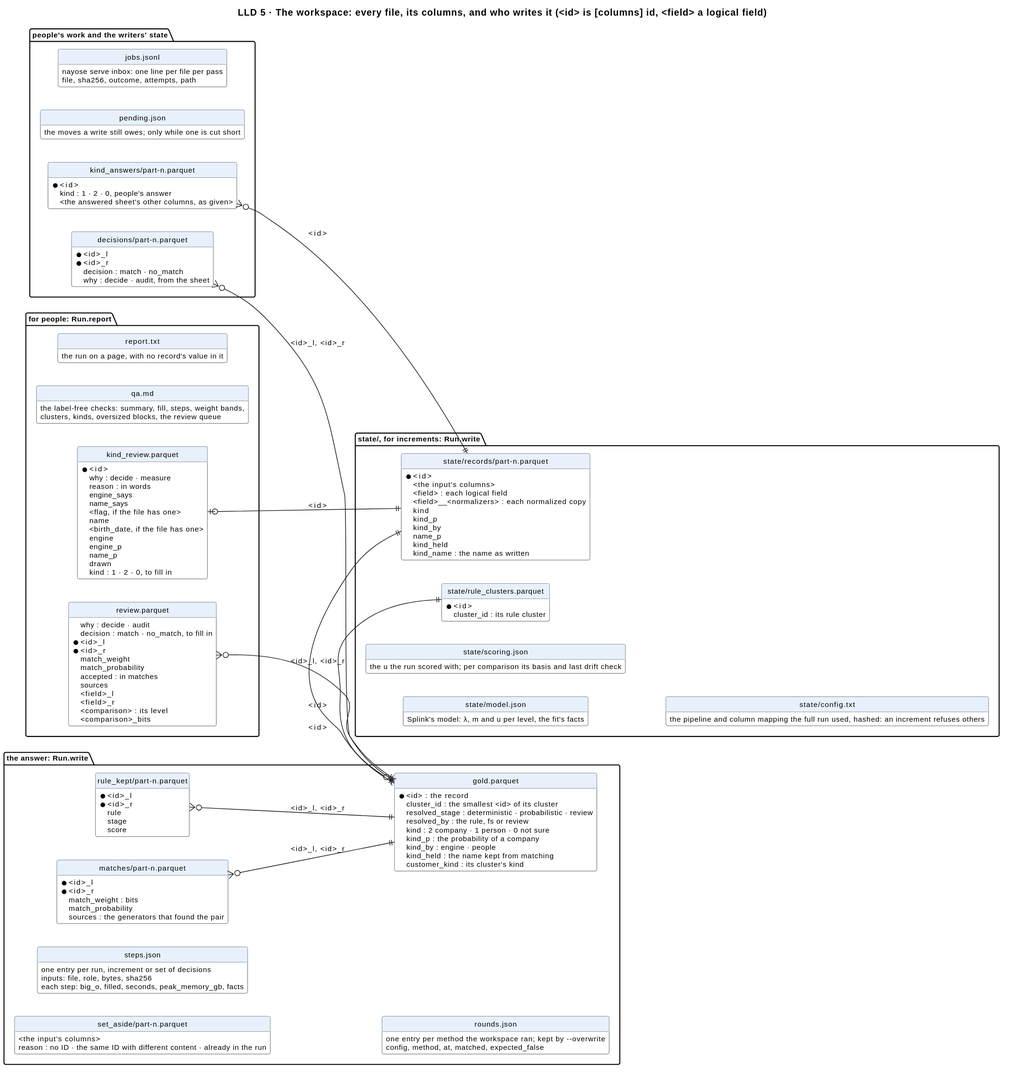
The PlantUML diagram docs/diagrams/data.svg in mvsbm/entity_matching, before a commit.
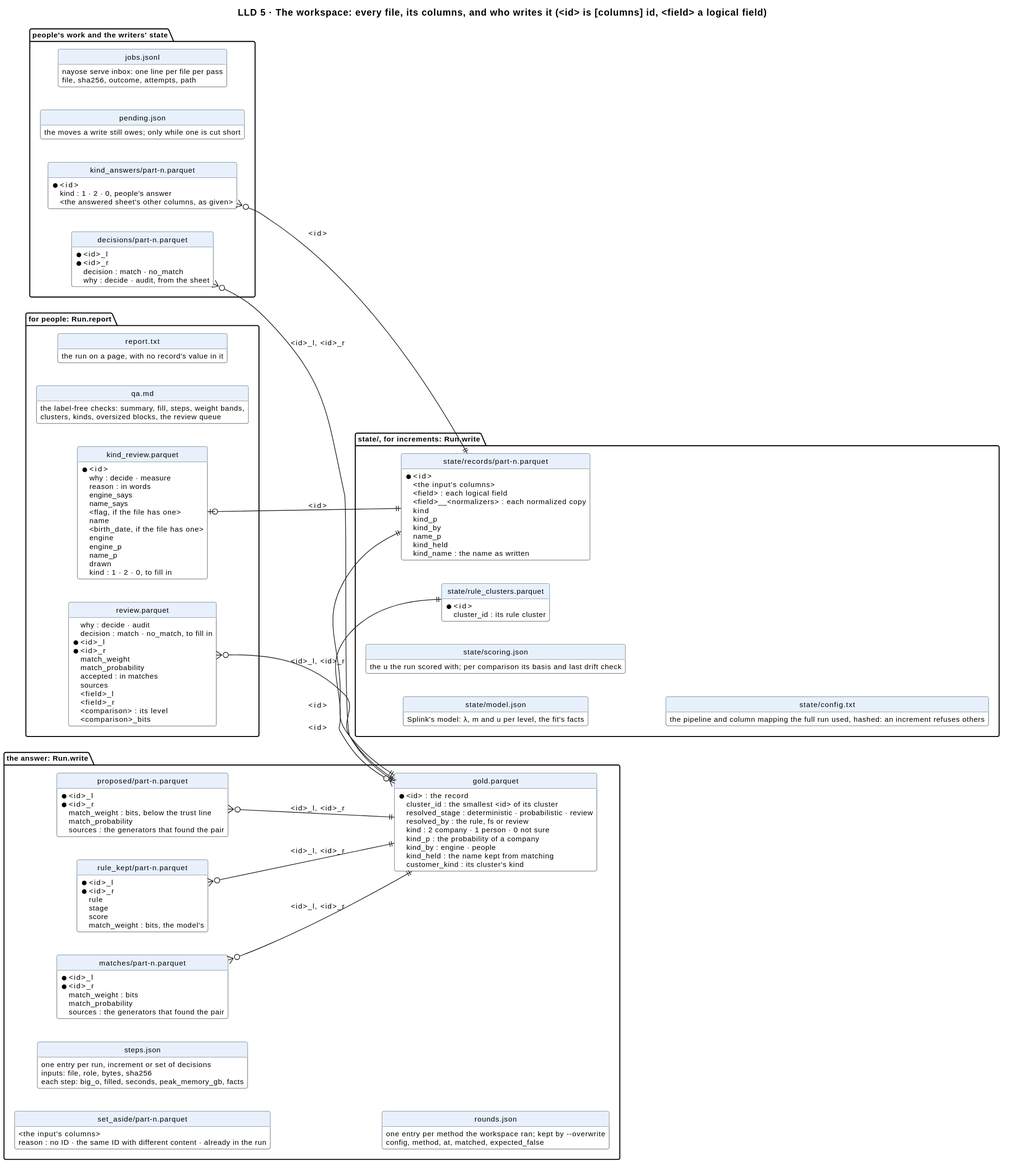
The same file after the commit.

Change to the diagram source:
```diff
@@ -36,6 +36,15 @@
     rule
     stage
     score
+    match_weight : bits, the model's
+    merged : at the trust line or above (none set: every pair), and no no_match
+  }
+  entity "proposed/part-n.parquet" as proposed {
+    * <id>_l
+    * <id>_r
+    match_weight : bits, below the trust line
+    match_probability
+    sources : the generators that found the pair
   }
   entity "set_aside/part-n.parquet" as set_aside {
     <the input's columns>
@@ -144,6 +153,7 @@
 gold }o--|| rule_clusters : <id>
 matches }o--|| gold : <id>_l, <id>_r
 rule_kept }o--|| gold : <id>_l, <id>_r
+proposed }o--|| gold : <id>_l, <id>_r
 records ||--|| gold : <id>
 kind_answers }o--|| records : <id>
 review }o--|| gold : <id>_l, <id>_r
```
